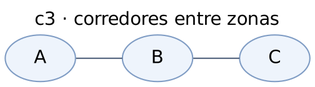
Above: docs/diagramas/caso_c3.png in JessPCL/logistpulse-deber2-tc (Graphviz), before the change. Its source is kept beside it as docs/diagramas/caso_c3.dot. The source it was exported from:
```dot
graph c3 {
  rankdir=LR; fontname=Helvetica;
  node [shape=ellipse, style=filled, fillcolor="#eef4fc", color="#7f9cc4", fontname=Helvetica];
  edge [fontname=Helvetica, color="#4b5d78"];
  label="c3 · corredores entre zonas"; labelloc=t;
  "A" -- "B";
  "B" -- "C";
}
```
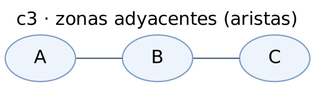
The same diagram one commit later.

What changed in the source:
```diff
@@ -2,7 +2,7 @@
   rankdir=LR; fontname=Helvetica;
   node [shape=ellipse, style=filled, fillcolor="#eef4fc", color="#7f9cc4", fontname=Helvetica];
   edge [fontname=Helvetica, color="#4b5d78"];
-  label="c3 · corredores entre zonas"; labelloc=t;
+  label="c3 · zonas adyacentes (aristas)"; labelloc=t;
   "A" -- "B";
   "B" -- "C";
 }
```
